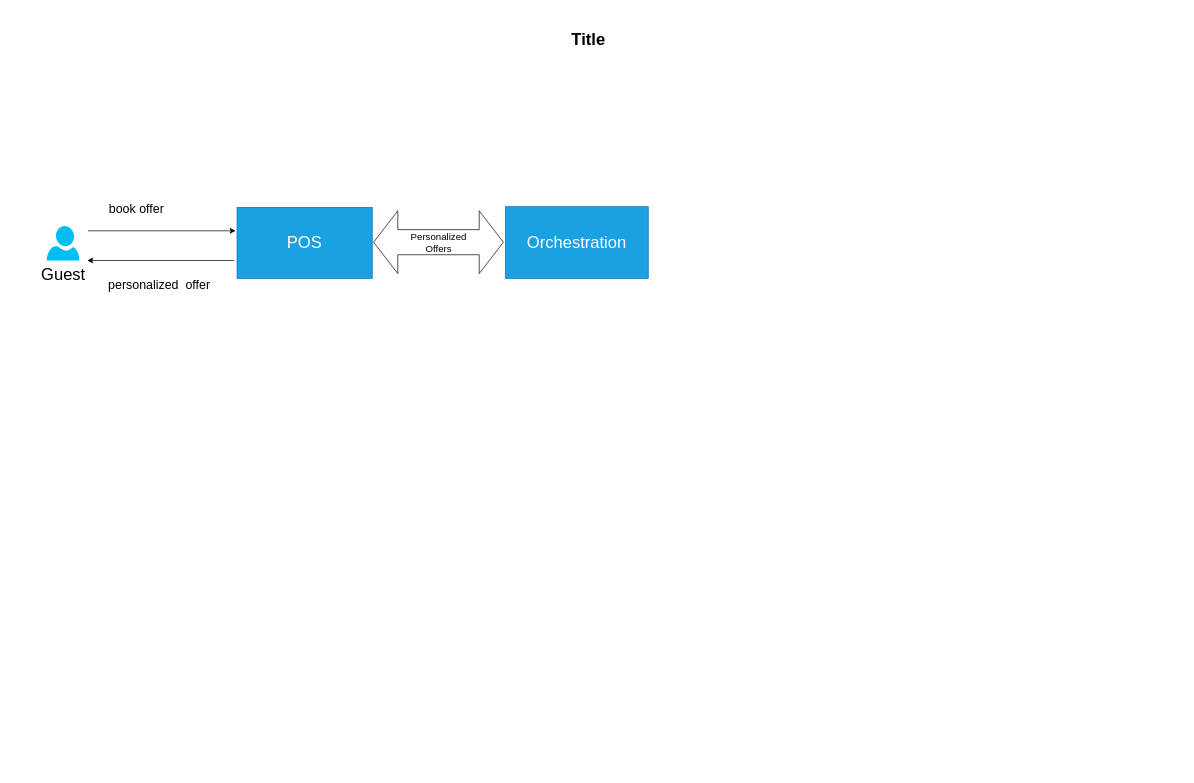
The draw.io diagram retail science.drawio in nchauhan4/drawings, before the edit. Source tidied: cells renumbered, new cells numbered last; positions are measured from the earlier drawing's top-left corner, leaving out a move shared by most shapes. Both pictures are drawn from the tidied source at 69%, with x=0, y=0 at pixel (39, 26).
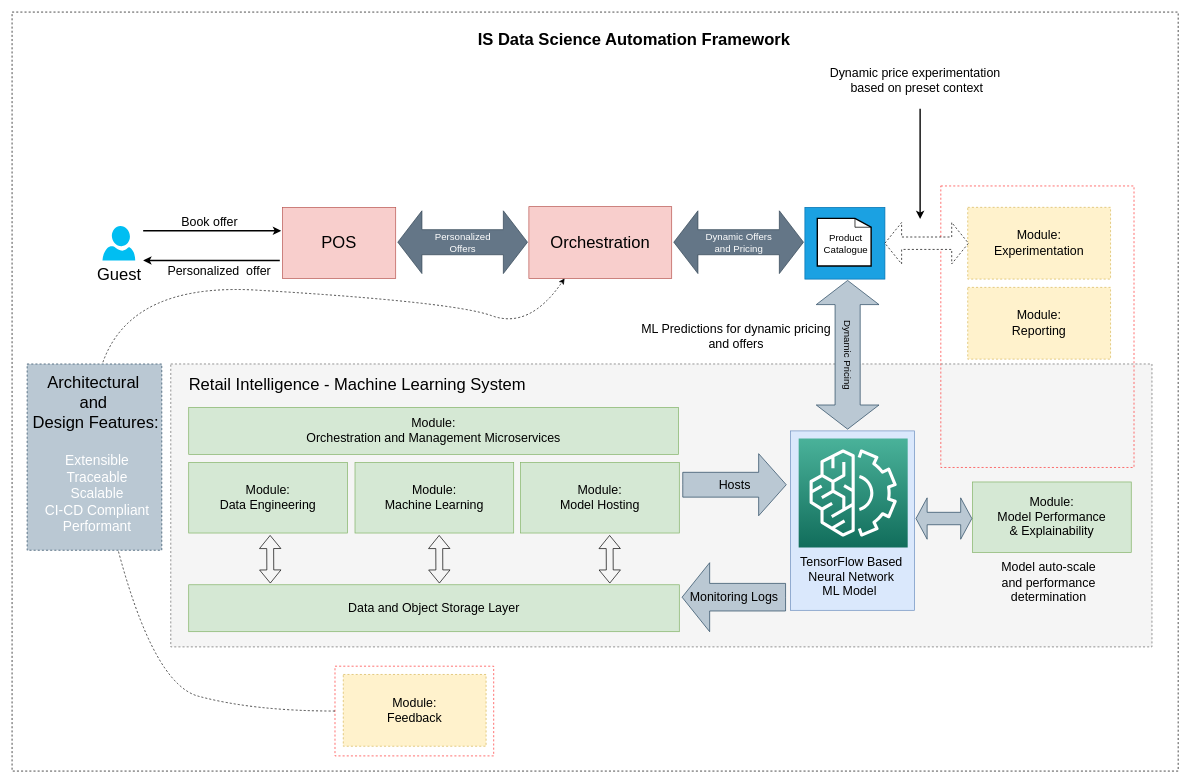
After the change.

Change to the diagram source:
```diff
@@
+    <mxCell id="11" style="rounded=0;whiteSpace=wrap;html=1;dashed=1;" parent="1" vertex="1">
+      <mxGeometry x="-40" y="-20" width="1690" height="1100" as="geometry" />
+    </mxCell>
+    <mxCell id="12" style="rounded=0;whiteSpace=wrap;html=1;fillColor=none;dashed=1;strokeColor=#FF3333;" parent="1" vertex="1">
+      <mxGeometry x="428" y="928" width="230" height="130" as="geometry" />
+    </mxCell>
+    <mxCell id="13" style="rounded=0;whiteSpace=wrap;html=1;fillColor=#f5f5f5;dashed=1;strokeColor=#666666;fontColor=#333333;" parent="1" vertex="1">
+      <mxGeometry x="190" y="490" width="1422" height="410" as="geometry" />
+    </mxCell>
+    <mxCell id="14" style="rounded=0;whiteSpace=wrap;html=1;fillColor=none;dashed=1;strokeColor=#FF3333;" parent="1" vertex="1">
+      <mxGeometry x="1306" y="232" width="280" height="408" as="geometry" />
+    </mxCell>
-    <mxCell id="2" value="Title" style="text;strokeColor=none;fillColor=none;html=1;fontSize=24;fontStyle=1;verticalAlign=middle;align=center;" parent="1" vertex="1">
-      <mxGeometry width="1590" height="40" as="geometry" />
+    <mxCell id="2" value="IS Data Science Automation Framework" style="text;strokeColor=none;fillColor=none;html=1;fontSize=24;fontStyle=1;verticalAlign=middle;align=center;" parent="1" vertex="1">
+      <mxGeometry x="66" width="1590" height="40" as="geometry" />
     </mxCell>
     <mxCell id="3" value="&lt;font style=&quot;font-size: 24px;&quot;&gt;Guest&lt;/font&gt;" style="verticalLabelPosition=bottom;html=1;verticalAlign=top;align=center;strokeColor=none;fillColor=#00BEF2;shape=mxgraph.azure.user;" parent="1" vertex="1">
-      <mxGeometry x="10" y="290" width="47.5" height="50" as="geometry" />
+      <mxGeometry x="91" y="290" width="47.5" height="50" as="geometry" />
     </mxCell>
-    <mxCell id="4" value="&lt;font style=&quot;font-size: 24px;&quot;&gt;POS&lt;/font&gt;" style="rounded=0;whiteSpace=wrap;html=1;fillColor=#1ba1e2;fontColor=#ffffff;strokeColor=#006EAF;" parent="1" vertex="1">
-      <mxGeometry x="286" y="263" width="196" height="103" as="geometry" />
+    <mxCell id="4" value="&lt;font style=&quot;font-size: 24px;&quot;&gt;POS&lt;/font&gt;" style="rounded=0;whiteSpace=wrap;html=1;fillColor=#f8cecc;strokeColor=#b85450;" parent="1" vertex="1">
+      <mxGeometry x="352" y="263" width="164" height="103" as="geometry" />
     </mxCell>
-    <mxCell id="5" style="endArrow=classic;html=1;rounded=0;" parent="1" edge="1">
+    <mxCell id="5" style="endArrow=classic;html=1;rounded=0;strokeWidth=2;" parent="1" edge="1">
       <mxGeometry relative="1" as="geometry">
-        <mxPoint x="70" y="297" as="sourcePoint" />
-        <mxPoint x="284" y="297" as="targetPoint" />
+        <mxPoint x="150" y="297" as="sourcePoint" />
+        <mxPoint x="350" y="297" as="targetPoint" />
       </mxGeometry>
     </mxCell>
-    <mxCell id="6" style="endArrow=classic;html=1;rounded=0;entryX=0;entryY=1;entryDx=0;entryDy=0;entryPerimeter=0;" parent="1" edge="1">
+    <mxCell id="6" style="endArrow=classic;html=1;rounded=0;strokeWidth=2;" parent="1" edge="1">
       <mxGeometry relative="1" as="geometry">
-        <mxPoint x="282" y="340" as="sourcePoint" />
-        <mxPoint x="69" y="340" as="targetPoint" />
+        <mxPoint x="348" y="340" as="sourcePoint" />
+        <mxPoint x="150" y="340" as="targetPoint" />
       </mxGeometry>
     </mxCell>
-    <mxCell id="7" value="&lt;font style=&quot;font-size: 18px;&quot;&gt;book offer&lt;/font&gt;" style="text;html=1;align=center;verticalAlign=middle;strokeColor=none;fillColor=none;" parent="1" vertex="1">
-      <mxGeometry x="90" y="246" width="100" height="40" as="geometry" />
+    <mxCell id="7" value="&lt;font style=&quot;font-size: 18px;&quot;&gt;Book offer&lt;/font&gt;" style="text;html=1;align=center;verticalAlign=middle;strokeColor=none;fillColor=none;" parent="1" vertex="1">
+      <mxGeometry x="191" y="265" width="110" height="40" as="geometry" />
     </mxCell>
-    <mxCell id="8" value="&lt;font style=&quot;font-size: 18px;&quot;&gt;personalized&amp;nbsp; offer&lt;/font&gt;" style="text;html=1;align=center;verticalAlign=middle;strokeColor=none;fillColor=none;" parent="1" vertex="1">
-      <mxGeometry x="88" y="356" width="170" height="40" as="geometry" />
+    <mxCell id="8" value="&lt;font style=&quot;font-size: 18px;&quot;&gt;Personalized&amp;nbsp; offer&lt;/font&gt;" style="text;html=1;align=center;verticalAlign=middle;strokeColor=none;fillColor=none;" parent="1" vertex="1">
+      <mxGeometry x="175" y="335" width="170" height="40" as="geometry" />
     </mxCell>
-    <mxCell id="9" value="&lt;font style=&quot;font-size: 14px;&quot;&gt;Personalized&lt;br&gt;Offers&lt;/font&gt;" style="html=1;shadow=0;dashed=0;align=center;verticalAlign=middle;shape=mxgraph.arrows2.twoWayArrow;dy=0.6;dx=35;" parent="1" vertex="1">
-      <mxGeometry x="484" y="268" width="188" height="91" as="geometry" />
+    <mxCell id="9" value="&lt;font style=&quot;font-size: 14px;&quot;&gt;Personalized&lt;br&gt;Offers&lt;/font&gt;" style="html=1;shadow=0;dashed=0;align=center;verticalAlign=middle;shape=mxgraph.arrows2.twoWayArrow;dy=0.6;dx=35;fillColor=#647687;fontColor=#ffffff;strokeColor=#314354;" parent="1" vertex="1">
+      <mxGeometry x="519" y="268" width="188" height="91" as="geometry" />
     </mxCell>
-    <mxCell id="10" value="&lt;font style=&quot;font-size: 24px;&quot;&gt;Orchestration&lt;/font&gt;" style="rounded=0;whiteSpace=wrap;html=1;fillColor=#1ba1e2;fontColor=#ffffff;strokeColor=#006EAF;" parent="1" vertex="1">
-      <mxGeometry x="675" y="262" width="207" height="104" as="geometry" />
+    <mxCell id="10" value="&lt;font style=&quot;font-size: 24px;&quot;&gt;Orchestration&lt;/font&gt;" style="rounded=0;whiteSpace=wrap;html=1;fillColor=#f8cecc;strokeColor=#b85450;" parent="1" vertex="1">
+      <mxGeometry x="709" y="262" width="207" height="104" as="geometry" />
     </mxCell>
+    <mxCell id="15" value="&lt;span style=&quot;font-size: 14px;&quot;&gt;&lt;font color=&quot;#ffffff&quot;&gt;Dynamic Offers&lt;br&gt;and Pricing&lt;/font&gt;&lt;/span&gt;" style="html=1;shadow=0;dashed=0;align=center;verticalAlign=middle;shape=mxgraph.arrows2.twoWayArrow;dy=0.6;dx=35;fillColor=#647687;strokeColor=#314354;fontColor=#ffffff;" parent="1" vertex="1">
+      <mxGeometry x="919" y="268" width="188" height="91" as="geometry" />
+    </mxCell>
+    <mxCell id="16" style="rounded=0;whiteSpace=wrap;html=1;fillColor=#1ba1e2;fontColor=#ffffff;strokeColor=#006EAF;" parent="1" vertex="1">
+      <mxGeometry x="1109" y="263" width="116" height="104" as="geometry" />
+    </mxCell>
+    <mxCell id="17" style="shape=mxgraph.cisco.misc.page_icon;html=1;dashed=0;strokeWidth=2;verticalLabelPosition=bottom;verticalAlign=top;align=center;" parent="1" vertex="1">
+      <mxGeometry x="1127" y="279" width="78" height="69" as="geometry" />
+    </mxCell>
+    <mxCell id="18" value="&lt;span style=&quot;font-size: 14px;&quot;&gt;Product&lt;br&gt;Catalogue&lt;/span&gt;" style="text;html=1;align=center;verticalAlign=middle;strokeColor=none;fillColor=none;" parent="1" vertex="1">
+      <mxGeometry x="1123" y="290" width="90" height="50" as="geometry" />
+    </mxCell>
+    <mxCell id="19" value="&lt;font style=&quot;font-size: 18px;&quot;&gt;Module: &lt;br&gt;Experimentation&lt;/font&gt;" style="rounded=0;whiteSpace=wrap;html=1;fillColor=#fff2cc;strokeColor=#d6b656;dashed=1;" parent="1" vertex="1">
+      <mxGeometry x="1345" y="263" width="207" height="104" as="geometry" />
+    </mxCell>
+    <mxCell id="20" value="&lt;font style=&quot;font-size: 18px;&quot;&gt;Module:&lt;br&gt;Reporting&lt;/font&gt;" style="rounded=0;whiteSpace=wrap;html=1;fillColor=#fff2cc;strokeColor=#d6b656;dashed=1;" parent="1" vertex="1">
+      <mxGeometry x="1345" y="379" width="207" height="104" as="geometry" />
+    </mxCell>
+    <mxCell id="21" style="shape=doubleArrow;whiteSpace=wrap;html=1;dashed=1;" parent="1" vertex="1">
+      <mxGeometry x="1225" y="285" width="121" height="60" as="geometry" />
+    </mxCell>
+    <mxCell id="22" value="&lt;font style=&quot;font-size: 18px;&quot;&gt;Dynamic price experimentation&amp;nbsp;&lt;br&gt;based on preset context&lt;br&gt;&lt;/font&gt;" style="text;html=1;align=center;verticalAlign=middle;strokeColor=none;fillColor=none;" parent="1" vertex="1">
+      <mxGeometry x="1131" y="50" width="280" height="60" as="geometry" />
+    </mxCell>
+    <mxCell id="23" style="endArrow=classic;html=1;rounded=0;strokeWidth=2;" parent="1" edge="1">
+      <mxGeometry relative="1" as="geometry">
+        <mxPoint x="1276" y="120" as="sourcePoint" />
+        <mxPoint x="1276" y="280" as="targetPoint" />
+      </mxGeometry>
+    </mxCell>
+    <mxCell id="24" value="&lt;font style=&quot;font-size: 18px;&quot;&gt;Data and Object Storage Layer&lt;/font&gt;" style="rounded=0;whiteSpace=wrap;html=1;fillColor=#d5e8d4;strokeColor=#82b366;" parent="1" vertex="1">
+      <mxGeometry x="216" y="810" width="711" height="68" as="geometry" />
+    </mxCell>
+    <mxCell id="25" style="group;" parent="1" vertex="1">
+      <mxGeometry x="1088" y="587" width="180" height="260" as="geometry" />
+    </mxCell>
+    <mxCell id="26" style="rounded=0;whiteSpace=wrap;html=1;fillColor=#dae8fc;strokeColor=#6c8ebf;" parent="25" vertex="1">
+      <mxGeometry width="180" height="260" as="geometry" />
+    </mxCell>
+    <mxCell id="27" style="sketch=0;fontColor=#232F3E;gradientColor=#4AB29A;gradientDirection=north;fillColor=#116D5B;strokeColor=#ffffff;dashed=0;verticalLabelPosition=bottom;verticalAlign=top;align=center;html=1;fontSize=12;fontStyle=0;shape=mxgraph.aws4.resourceIcon;resIcon=mxgraph.aws4.machine_learning;" parent="25" vertex="1">
+      <mxGeometry x="12" y="11" width="158" height="158" as="geometry" />
+    </mxCell>
+    <mxCell id="28" value="&lt;font style=&quot;font-size: 18px;&quot;&gt;TensorFlow Based&lt;br&gt;Neural Network&lt;br&gt;ML Model&amp;nbsp;&lt;br&gt;&lt;/font&gt;" style="text;html=1;align=center;verticalAlign=middle;strokeColor=none;fillColor=none;" parent="25" vertex="1">
+      <mxGeometry x="3" y="172" width="170" height="80" as="geometry" />
+    </mxCell>
+    <mxCell id="29" value="&lt;font style=&quot;font-size: 18px;&quot;&gt;Module:&lt;br&gt;Orchestration and Management Microservices&lt;br&gt;&lt;/font&gt;" style="rounded=0;whiteSpace=wrap;html=1;fillColor=#d5e8d4;strokeColor=#82b366;" parent="1" vertex="1">
+      <mxGeometry x="216" y="553" width="710" height="68" as="geometry" />
+    </mxCell>
+    <mxCell id="30" value="&lt;font style=&quot;font-size: 18px;&quot;&gt;Module:&lt;br&gt;Data Engineering&lt;br&gt;&lt;/font&gt;" style="rounded=0;whiteSpace=wrap;html=1;fillColor=#d5e8d4;strokeColor=#82b366;" parent="1" vertex="1">
+      <mxGeometry x="216" y="633" width="230" height="102" as="geometry" />
+    </mxCell>
+    <mxCell id="31" value="&lt;span style=&quot;font-size: 14px;&quot;&gt;Dynamic Pricing&lt;/span&gt;" style="html=1;shadow=0;dashed=0;align=center;verticalAlign=middle;shape=mxgraph.arrows2.twoWayArrow;dy=0.6;dx=35;rotation=90;fillColor=#bac8d3;strokeColor=#23445d;" parent="1" vertex="1">
+      <mxGeometry x="1063.2" y="431.2" width="215.5" height="91" as="geometry" />
+    </mxCell>
+    <mxCell id="32" value="&lt;font style=&quot;font-size: 18px;&quot;&gt;Module:&lt;br&gt;Machine Learning&lt;br&gt;&lt;/font&gt;" style="rounded=0;whiteSpace=wrap;html=1;fillColor=#d5e8d4;strokeColor=#82b366;" parent="1" vertex="1">
+      <mxGeometry x="457" y="633" width="230" height="102" as="geometry" />
+    </mxCell>
+    <mxCell id="33" value="&lt;font style=&quot;font-size: 18px;&quot;&gt;Module:&lt;br&gt;Model Hosting&lt;br&gt;&lt;/font&gt;" style="rounded=0;whiteSpace=wrap;html=1;fillColor=#d5e8d4;strokeColor=#82b366;" parent="1" vertex="1">
+      <mxGeometry x="697" y="633" width="230" height="102" as="geometry" />
+    </mxCell>
+    <mxCell id="34" value="&lt;font style=&quot;font-size: 18px;&quot;&gt;Hosts&lt;/font&gt;" style="html=1;shadow=0;dashed=0;align=center;verticalAlign=middle;shape=mxgraph.arrows2.arrow;dy=0.6;dx=40;notch=0;fillColor=#bac8d3;strokeColor=#23445d;" parent="1" vertex="1">
+      <mxGeometry x="932" y="620" width="150" height="90" as="geometry" />
+    </mxCell>
+    <mxCell id="35" value="&lt;font style=&quot;font-size: 18px;&quot;&gt;Monitoring Logs&lt;/font&gt;" style="html=1;shadow=0;dashed=0;align=center;verticalAlign=middle;shape=mxgraph.arrows2.arrow;dy=0.6;dx=40;flipH=1;notch=0;fillColor=#bac8d3;strokeColor=#23445d;" parent="1" vertex="1">
+      <mxGeometry x="931" y="778" width="150" height="100" as="geometry" />
+    </mxCell>
+    <mxCell id="36" value="&lt;font style=&quot;font-size: 18px;&quot;&gt;Module:&lt;br&gt;Model Performance&lt;br&gt;&amp;amp; Explainability&lt;br&gt;&lt;/font&gt;" style="rounded=0;whiteSpace=wrap;html=1;fillColor=#d5e8d4;strokeColor=#82b366;" parent="1" vertex="1">
+      <mxGeometry x="1352" y="661" width="230" height="102" as="geometry" />
+    </mxCell>
+    <mxCell id="37" style="shape=doubleArrow;whiteSpace=wrap;html=1;fillColor=#bac8d3;strokeColor=#23445d;" parent="1" vertex="1">
+      <mxGeometry x="1270" y="684" width="81" height="60" as="geometry" />
+    </mxCell>
+    <mxCell id="38" style="shape=flexArrow;endArrow=classic;startArrow=classic;html=1;rounded=0;entryX=0.394;entryY=0.027;entryDx=0;entryDy=0;entryPerimeter=0;" parent="1" edge="1">
+      <mxGeometry relative="1" as="geometry">
+        <mxPoint x="334" y="738" as="sourcePoint" />
+        <mxPoint x="334.3" y="808" as="targetPoint" />
+      </mxGeometry>
+    </mxCell>
+    <mxCell id="39" style="shape=flexArrow;endArrow=classic;startArrow=classic;html=1;rounded=0;entryX=0.394;entryY=0.027;entryDx=0;entryDy=0;entryPerimeter=0;" parent="1" edge="1">
+      <mxGeometry relative="1" as="geometry">
+        <mxPoint x="579" y="738" as="sourcePoint" />
+        <mxPoint x="579.3" y="808" as="targetPoint" />
+      </mxGeometry>
+    </mxCell>
+    <mxCell id="40" style="shape=flexArrow;endArrow=classic;startArrow=classic;html=1;rounded=0;entryX=0.394;entryY=0.027;entryDx=0;entryDy=0;entryPerimeter=0;" parent="1" edge="1">
+      <mxGeometry relative="1" as="geometry">
+        <mxPoint x="826" y="738" as="sourcePoint" />
+        <mxPoint x="826.3" y="808" as="targetPoint" />
+      </mxGeometry>
+    </mxCell>
+    <mxCell id="41" value="&lt;font style=&quot;font-size: 18px;&quot;&gt;Module: &lt;br&gt;Feedback&lt;br&gt;&lt;/font&gt;" style="rounded=0;whiteSpace=wrap;html=1;fillColor=#fff2cc;strokeColor=#d6b656;dashed=1;" parent="1" vertex="1">
+      <mxGeometry x="440" y="940" width="207" height="104" as="geometry" />
+    </mxCell>
+    <mxCell id="42" value="&lt;font style=&quot;font-size: 24px;&quot;&gt;Retail Intelligence - Machine Learning System&lt;/font&gt;" style="text;html=1;align=center;verticalAlign=middle;strokeColor=none;fillColor=none;" parent="1" vertex="1">
+      <mxGeometry x="205" y="500" width="510" height="40" as="geometry" />
+    </mxCell>
+    <mxCell id="43" style="endArrow=none;html=1;rounded=0;exitX=0.122;exitY=1.055;exitDx=0;exitDy=0;exitPerimeter=0;dashed=1;" parent="1" edge="1">
+      <mxGeometry relative="1" as="geometry">
+        <mxPoint x="-5.4" y="600.5" as="sourcePoint" />
+        <mxPoint x="160" y="601" as="targetPoint" />
+      </mxGeometry>
+    </mxCell>
+    <mxCell id="44" value="&lt;font style=&quot;font-size: 18px;&quot;&gt;Model auto-scale &lt;br&gt;and performance &lt;br&gt;determination&lt;br&gt;&lt;/font&gt;" style="text;html=1;align=center;verticalAlign=middle;strokeColor=none;fillColor=none;" parent="1" vertex="1">
+      <mxGeometry x="1382" y="767" width="160" height="80" as="geometry" />
+    </mxCell>
+    <mxCell id="45" value="&lt;font style=&quot;font-size: 18px;&quot;&gt;ML Predictions for dynamic pricing &lt;br&gt;and offers&lt;br&gt;&lt;/font&gt;" style="text;html=1;align=center;verticalAlign=middle;strokeColor=none;fillColor=none;" parent="1" vertex="1">
+      <mxGeometry x="859" y="420" width="300" height="60" as="geometry" />
+    </mxCell>
+    <mxCell id="46" style="curved=1;endArrow=classic;html=1;rounded=0;exitX=0;exitY=0.5;exitDx=0;exitDy=0;entryX=0.25;entryY=1;entryDx=0;entryDy=0;dashed=1;" parent="1" edge="1" source="12" target="10">
+      <mxGeometry relative="1" as="geometry">
+        <Array as="points">
+          <mxPoint x="310" y="993" />
+          <mxPoint x="150" y="950" />
+          <mxPoint x="30" y="366" />
+          <mxPoint x="600" y="400" />
+          <mxPoint x="710" y="440" />
+        </Array>
+      </mxGeometry>
+    </mxCell>
+    <mxCell id="47" style="rounded=0;whiteSpace=wrap;html=1;fillColor=#bac8d3;dashed=1;strokeColor=#23445d;" parent="1" vertex="1">
+      <mxGeometry x="-18.2" y="490" width="195.2" height="270" as="geometry" />
+    </mxCell>
+    <mxCell id="48" value="&lt;font style=&quot;font-size: 24px;&quot;&gt;Architectural&amp;nbsp;&lt;br&gt;and&amp;nbsp;&lt;br&gt;Design Features:&lt;br&gt;&lt;/font&gt;" style="text;html=1;align=center;verticalAlign=middle;strokeColor=none;fillColor=none;" parent="1" vertex="1">
+      <mxGeometry x="-24" y="496" width="210" height="100" as="geometry" />
+    </mxCell>
+    <mxCell id="49" value="&lt;font style=&quot;&quot;&gt;&lt;font style=&quot;font-size: 20px;&quot;&gt;Extensible&lt;br&gt;Traceable&lt;br&gt;Scalable&lt;br&gt;CI-CD Compliant&lt;br&gt;Performant&lt;/font&gt;&lt;br&gt;&lt;/font&gt;" style="text;html=1;align=center;verticalAlign=middle;strokeColor=none;fillColor=none;fontColor=#FFFFFF;" parent="1" vertex="1">
+      <mxGeometry x="-2" y="612" width="170" height="130" as="geometry" />
+    </mxCell>
```
